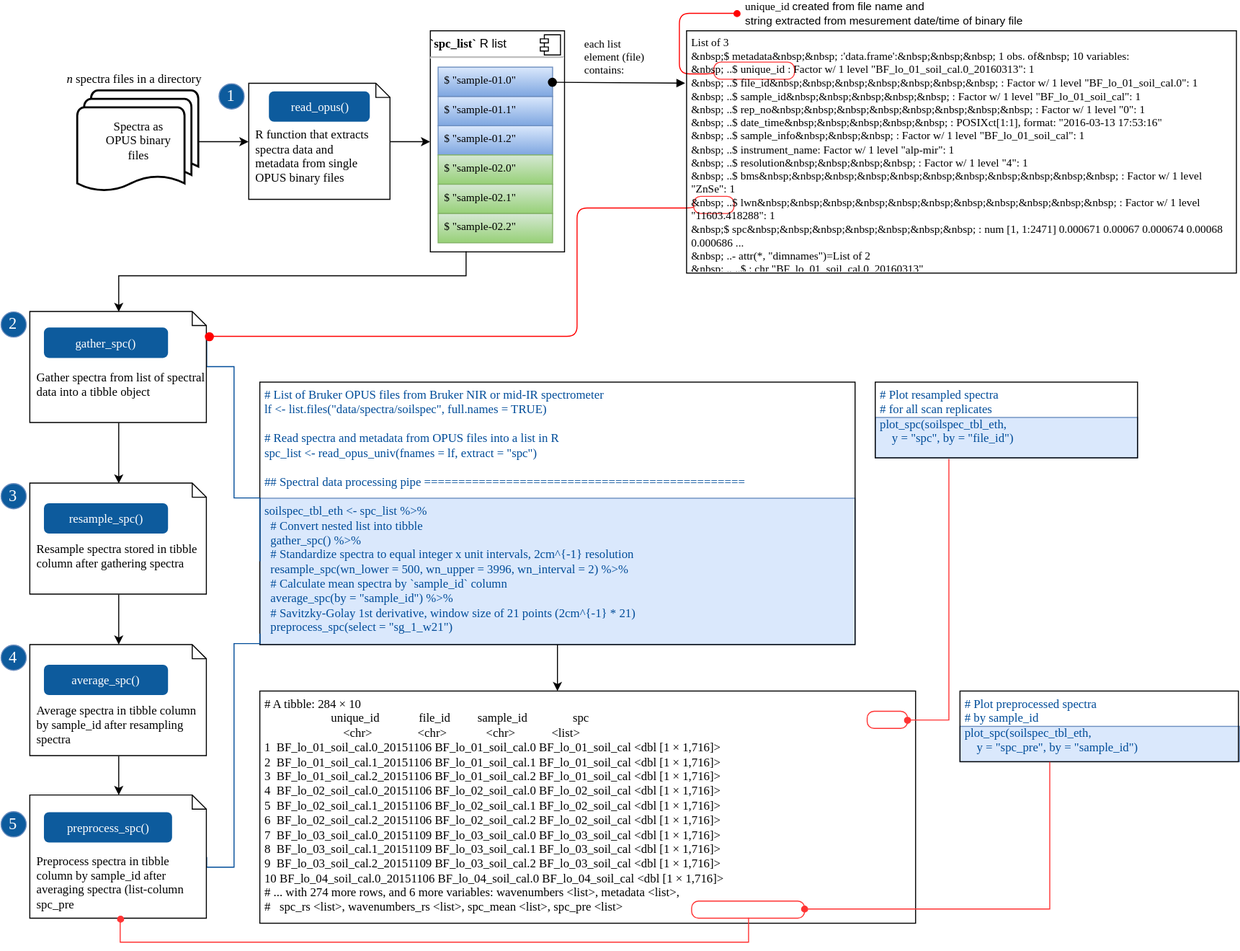
This is simplerspec-read-proc-tibble.svg from philipp-baumann/spectro-platform-graphs, a draw.io export, as it was before one commit. Source tidied: cells renumbered, new cells last; positions are measured from the earlier drawing's top-left corner, leaving out a move shared by most shapes.
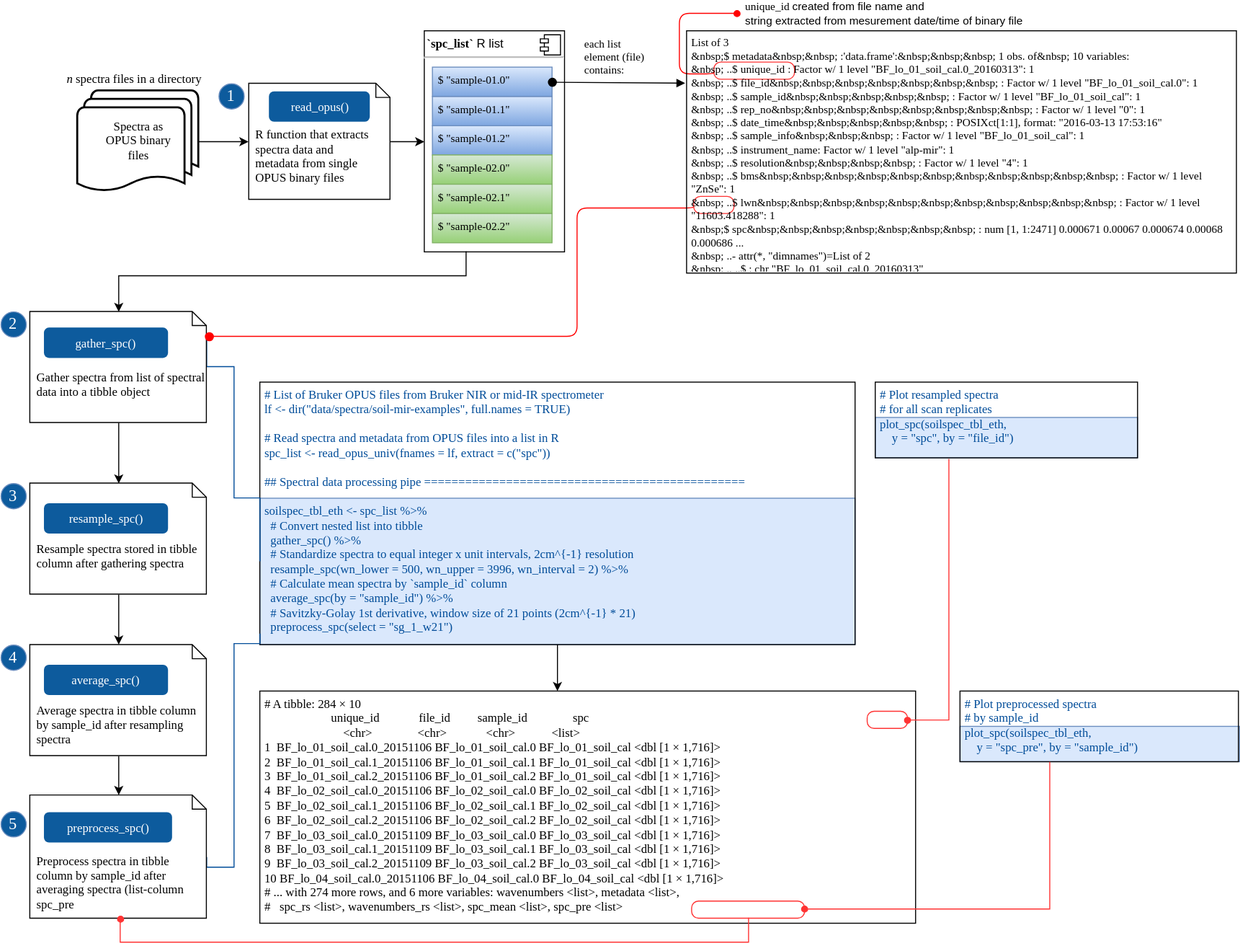
After the commit.

Commit message:
Simplify example code and annotation

Change to the diagram source:
```diff
@@ -5,7 +5,7 @@
     <mxCell id="2" style="whiteSpace=wrap;html=1;strokeColor=#6c8ebf;fillColor=#dae8fc;fontFamily=monaco;fontSize=10;fontColor=#004C99;" parent="1" vertex="1">
       <mxGeometry x="257" y="490" width="590" height="145" as="geometry" />
     </mxCell>
-    <mxCell id="3" value="# List of Bruker OPUS files from Bruker NIR or mid-IR spectrometer&#10;lf &lt;- list.files(&quot;data/spectra/soilspec&quot;, full.names = TRUE)&#10;&#10;# Read spectra and metadata from OPUS files into a list in R&#10;spc_list &lt;- read_opus_univ(fnames = lf, extract = &quot;spc&quot;)&#10;&#10;## Spectral data processing pipe ===============================================&#10;&#10;soilspec_tbl_eth &lt;- spc_list %&gt;%&#10;  # Convert nested list into tibble&#10;  gather_spc() %&gt;% &#10;  # Standardize spectra to equal integer x unit intervals, 2cm^{-1} resolution&#10;  resample_spc(wn_lower = 500, wn_upper = 3996, wn_interval = 2) %&gt;%&#10;  # Calculate mean spectra by `sample_id` column&#10;  average_spc(by = &quot;sample_id&quot;) %&gt;%&#10;  # Savitzky-Golay 1st derivative, window size of 21 points (2cm^{-1} * 21) &#10;  preprocess_spc(select = &quot;sg_1_w21&quot;) " style="text;spacing=5;spacingTop=-4;whiteSpace=wrap;overflow=hidden;strokeColor=#000000;align=left;fontFamily=Fira Code;fontColor=#004C99;" parent="1" vertex="1">
+    <mxCell id="3" value="# List of Bruker OPUS files from Bruker NIR or mid-IR spectrometer&#10;lf &lt;- dir(&quot;data/spectra/soil-mir-examples&quot;, full.names = TRUE)&#10;&#10;# Read spectra and metadata from OPUS files into a list in R&#10;spc_list &lt;- read_opus_univ(fnames = lf, extract = c(&quot;spc&quot;))&#10;&#10;## Spectral data processing pipe ===============================================&#10;&#10;soilspec_tbl_eth &lt;- spc_list %&gt;%&#10;  # Convert nested list into tibble&#10;  gather_spc() %&gt;% &#10;  # Standardize spectra to equal integer x unit intervals, 2cm^{-1} resolution&#10;  resample_spc(wn_lower = 500, wn_upper = 3996, wn_interval = 2) %&gt;%&#10;  # Calculate mean spectra by `sample_id` column&#10;  average_spc(by = &quot;sample_id&quot;) %&gt;%&#10;  # Savitzky-Golay 1st derivative, window size of 21 points (2cm^{-1} * 21) &#10;  preprocess_spc(select = &quot;sg_1_w21&quot;) " style="text;spacing=5;spacingTop=-4;whiteSpace=wrap;overflow=hidden;strokeColor=#000000;align=left;fontFamily=Fira Code;fontColor=#004C99;" parent="1" vertex="1">
       <mxGeometry x="257" y="375" width="590" height="260" as="geometry" />
     </mxCell>
     <mxCell id="4" style="whiteSpace=wrap;html=1;strokeColor=#6c8ebf;fillColor=#dae8fc;fontFamily=monaco;fontSize=10;fontColor=#004C99;" parent="1" vertex="1">
@@ -20,8 +20,8 @@
     <mxCell id="7" value="&lt;font face=&quot;Fira Sans&quot;&gt;Spectra as&lt;br&gt;OPUS binary&lt;br&gt; files&lt;br&gt;&lt;/font&gt;" style="strokeWidth=2;html=1;shape=mxgraph.flowchart.multi-document;whiteSpace=wrap;" parent="1" vertex="1">
       <mxGeometry x="76" y="86" width="120" height="101" as="geometry" />
     </mxCell>
-    <mxCell id="8" value="&lt;p style=&quot;margin: 6px 0px 0px&quot; align=&quot;left&quot;&gt;&lt;b&gt;&lt;font face=&quot;Fira Code&quot;&gt;`spc_list`&lt;/font&gt; &lt;/b&gt;R list&lt;br&gt;&lt;/p&gt;&lt;hr align=&quot;left&quot;&gt;&lt;p style=&quot;margin: 0px ; margin-left: 8px&quot; align=&quot;center&quot;&gt;&lt;br&gt;&lt;/p&gt;" style="align=left;overflow=fill;html=1;spacing=2;spacingLeft=0;" parent="1" vertex="1">
-      <mxGeometry x="426" y="27" width="133" height="219" as="geometry" />
+    <mxCell id="8" value="&lt;p style=&quot;margin: 6px 0px 0px&quot; align=&quot;left&quot;&gt;&lt;b&gt;&lt;font face=&quot;Fira Code&quot;&gt;&amp;nbsp;`spc_list`&lt;/font&gt; &lt;/b&gt;R list&lt;br&gt;&lt;/p&gt;&lt;hr align=&quot;left&quot;&gt;&lt;p style=&quot;margin: 0px ; margin-left: 8px&quot; align=&quot;left&quot;&gt;&lt;br&gt;&lt;/p&gt;" style="align=left;overflow=fill;html=1;spacing=2;spacingLeft=0;" parent="1" vertex="1">
+      <mxGeometry x="420" y="27" width="139" height="219" as="geometry" />
     </mxCell>
     <mxCell id="9" style="shape=component;jettyWidth=8;jettyHeight=4;" parent="8" vertex="1">
       <mxGeometry x="1" width="20" height="20" relative="1" as="geometry">
@@ -29,28 +29,28 @@
       </mxGeometry>
     </mxCell>
     <mxCell id="10" style="group;" parent="8" vertex="1">
-      <mxGeometry x="7.7" y="36" width="115" height="174" as="geometry" />
+      <mxGeometry x="8.1" y="36" width="120.1" height="174" as="geometry" />
     </mxCell>
     <mxCell id="11" style="group;" parent="10" vertex="1">
-      <mxGeometry width="113.5" height="174" as="geometry" />
+      <mxGeometry width="118.6" height="174" as="geometry" />
     </mxCell>
     <mxCell id="12" value="&lt;font style=&quot;font-size: 11px;&quot;&gt;$ &quot;sample-01.2&quot;&lt;br style=&quot;font-size: 11px;&quot;&gt;&lt;/font&gt;" style="text;html=1;align=left;verticalAlign=top;spacingLeft=4;spacingRight=4;whiteSpace=wrap;overflow=hidden;plain-blue;fontFamily=Fira Code;fontSize=11;" parent="11" vertex="1">
-      <mxGeometry y="58" width="113.5" height="29" as="geometry" />
+      <mxGeometry y="58" width="118.6" height="29" as="geometry" />
     </mxCell>
     <mxCell id="13" value="&lt;font style=&quot;font-size: 11px;&quot;&gt;$ &quot;sample-02.0&quot;&lt;br style=&quot;font-size: 11px;&quot;&gt;&lt;/font&gt;" style="text;html=1;align=left;verticalAlign=top;spacingLeft=4;spacingRight=4;whiteSpace=wrap;overflow=hidden;plain-green;fontFamily=Fira Code;fontSize=11;" parent="11" vertex="1">
-      <mxGeometry y="87" width="113.5" height="29" as="geometry" />
+      <mxGeometry y="87" width="118.6" height="29" as="geometry" />
     </mxCell>
     <mxCell id="14" value="&lt;font style=&quot;font-size: 11px;&quot;&gt;$ &quot;sample-02.1&quot;&lt;br style=&quot;font-size: 11px;&quot;&gt;&lt;/font&gt;" style="text;html=1;align=left;verticalAlign=top;spacingLeft=4;spacingRight=4;whiteSpace=wrap;overflow=hidden;plain-green;fontFamily=Fira Code;fontSize=11;" parent="11" vertex="1">
-      <mxGeometry y="116" width="113.5" height="29" as="geometry" />
+      <mxGeometry y="116" width="118.6" height="29" as="geometry" />
     </mxCell>
     <mxCell id="15" value="&lt;font style=&quot;font-size: 11px;&quot;&gt;$ &quot;sample-02.2&quot;&lt;br style=&quot;font-size: 11px;&quot;&gt;&lt;/font&gt;" style="text;html=1;align=left;verticalAlign=top;spacingLeft=4;spacingRight=4;whiteSpace=wrap;overflow=hidden;plain-green;fontFamily=Fira Code;fontSize=11;" parent="11" vertex="1">
-      <mxGeometry y="145" width="113.5" height="29" as="geometry" />
+      <mxGeometry y="145" width="118.6" height="29" as="geometry" />
     </mxCell>
     <mxCell id="16" value="&lt;font style=&quot;font-size: 11px;&quot;&gt;$ &quot;sample-01.1&quot;&lt;br style=&quot;font-size: 11px;&quot;&gt;&lt;/font&gt;" style="text;html=1;align=left;verticalAlign=top;spacingLeft=4;spacingRight=4;whiteSpace=wrap;overflow=hidden;plain-blue;fontFamily=Fira Code;fontSize=11;" parent="11" vertex="1">
-      <mxGeometry y="29" width="113.5" height="29" as="geometry" />
+      <mxGeometry y="29" width="118.6" height="29" as="geometry" />
     </mxCell>
     <mxCell id="17" value="&lt;font style=&quot;font-size: 11px;&quot;&gt;$ &quot;sample-01.0&quot;&lt;br style=&quot;font-size: 11px;&quot;&gt;&lt;/font&gt;" style="text;html=1;align=left;verticalAlign=top;spacingLeft=4;spacingRight=4;whiteSpace=wrap;overflow=hidden;plain-blue;fontFamily=Fira Code;fontSize=11;" parent="11" vertex="1">
-      <mxGeometry width="113.5" height="29" as="geometry" />
+      <mxGeometry width="118.6" height="29" as="geometry" />
     </mxCell>
     <mxCell id="18" style="edgeStyle=orthogonalEdgeStyle;rounded=0;html=1;exitX=1;exitY=0.5;entryX=0;entryY=0.5;jettySize=auto;" parent="1" edge="1" source="19" target="8">
       <mxGeometry relative="1" as="geometry" />
```
